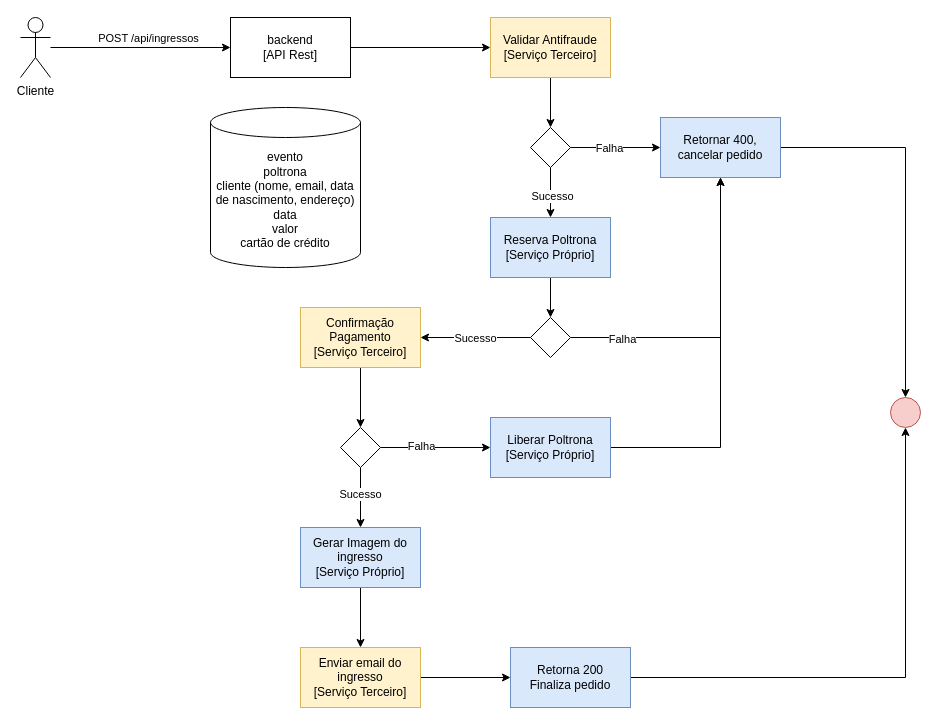
Before: docs/ingressos-cinema.drawio in pablotdv/ingressos-cinema, a draw.io diagram. Source tidied: cells renumbered, new cells numbered last; positions are measured from the earlier drawing's top-left corner, leaving out a move shared by most shapes. Both pictures are drawn from the tidied source at 100%, with x=0, y=0 at pixel (20, 17).
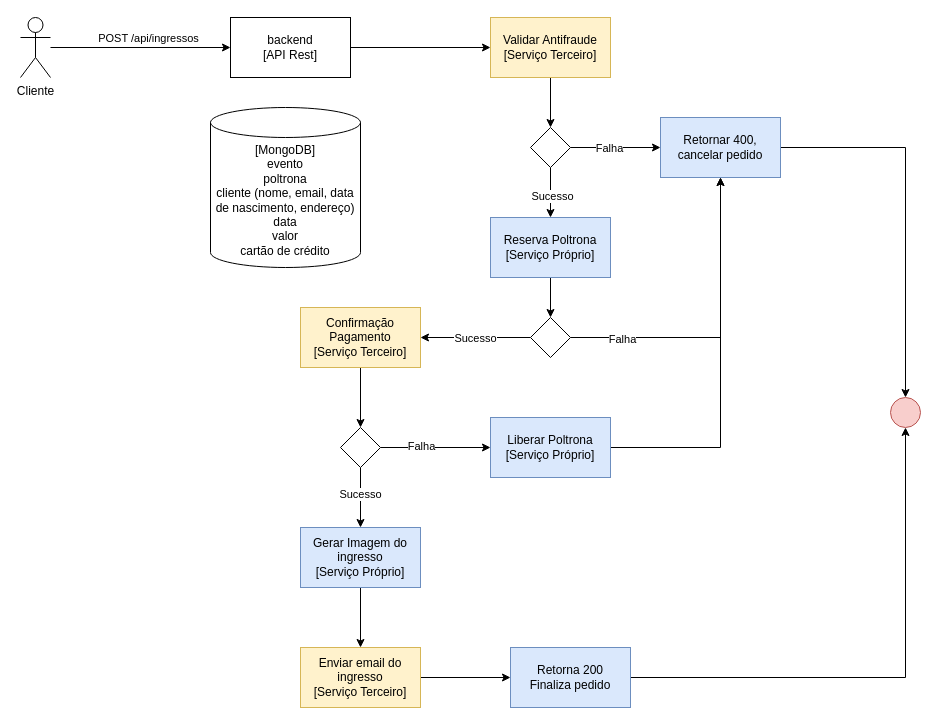
The same diagram, later.

Diff of the diagram source:
```diff
@@
-    <mxCell id="39" value="evento&lt;div&gt;poltrona&lt;/div&gt;&lt;div&gt;cliente (nome, email, data de nascimento, endereço)&lt;/div&gt;&lt;div&gt;data&lt;/div&gt;&lt;div&gt;valor&lt;/div&gt;&lt;div&gt;cartão de crédito&lt;/div&gt;" style="shape=cylinder3;whiteSpace=wrap;html=1;boundedLbl=1;backgroundOutline=1;size=15;" parent="1" vertex="1">
+    <mxCell id="39" value="[MongoDB]&lt;br&gt;evento&lt;div&gt;poltrona&lt;/div&gt;&lt;div&gt;cliente (nome, email, data de nascimento, endereço)&lt;/div&gt;&lt;div&gt;data&lt;/div&gt;&lt;div&gt;valor&lt;/div&gt;&lt;div&gt;cartão de crédito&lt;/div&gt;" style="shape=cylinder3;whiteSpace=wrap;html=1;boundedLbl=1;backgroundOutline=1;size=15;" parent="1" vertex="1">
       <mxGeometry x="190" y="90" width="150" height="160" as="geometry" />
     </mxCell>
```
